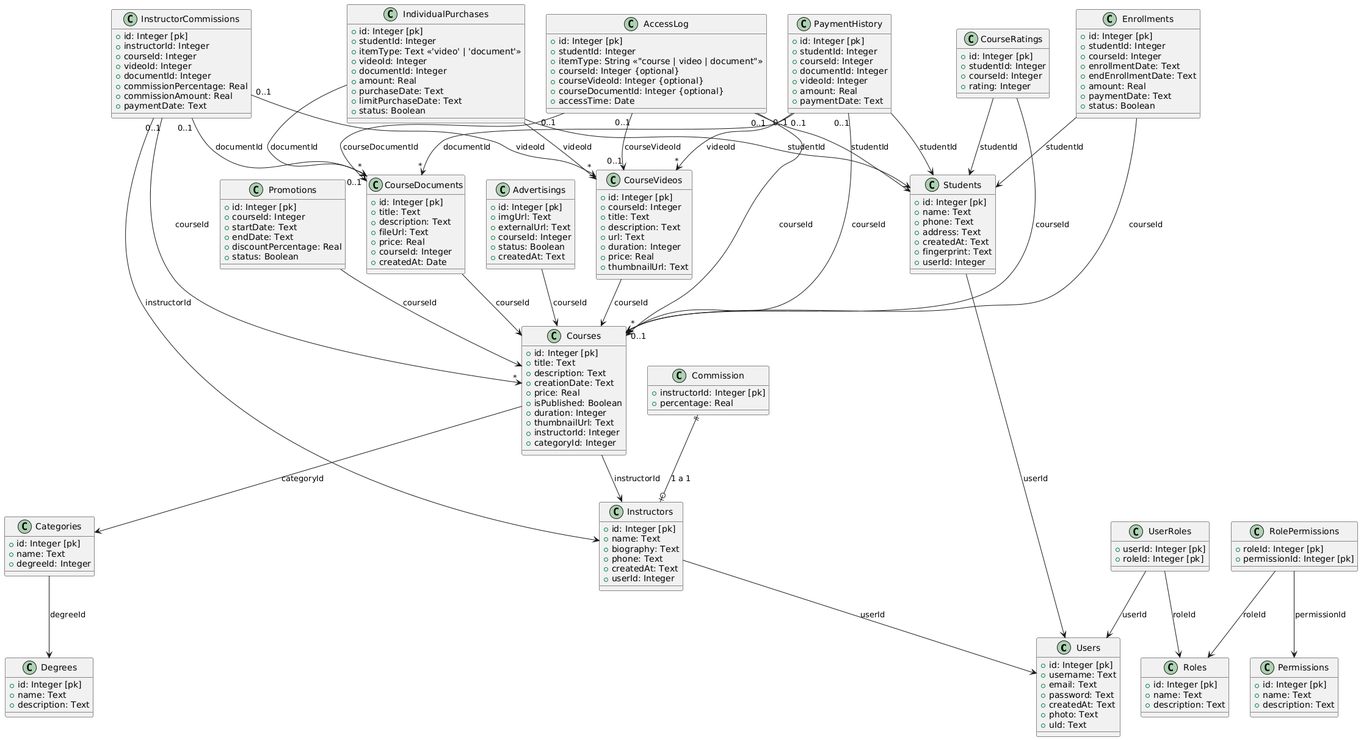
inprosur/inprosur_api keeps this PlantUML diagram as db_classes/inprosur_clases.png. Above is the earlier version.
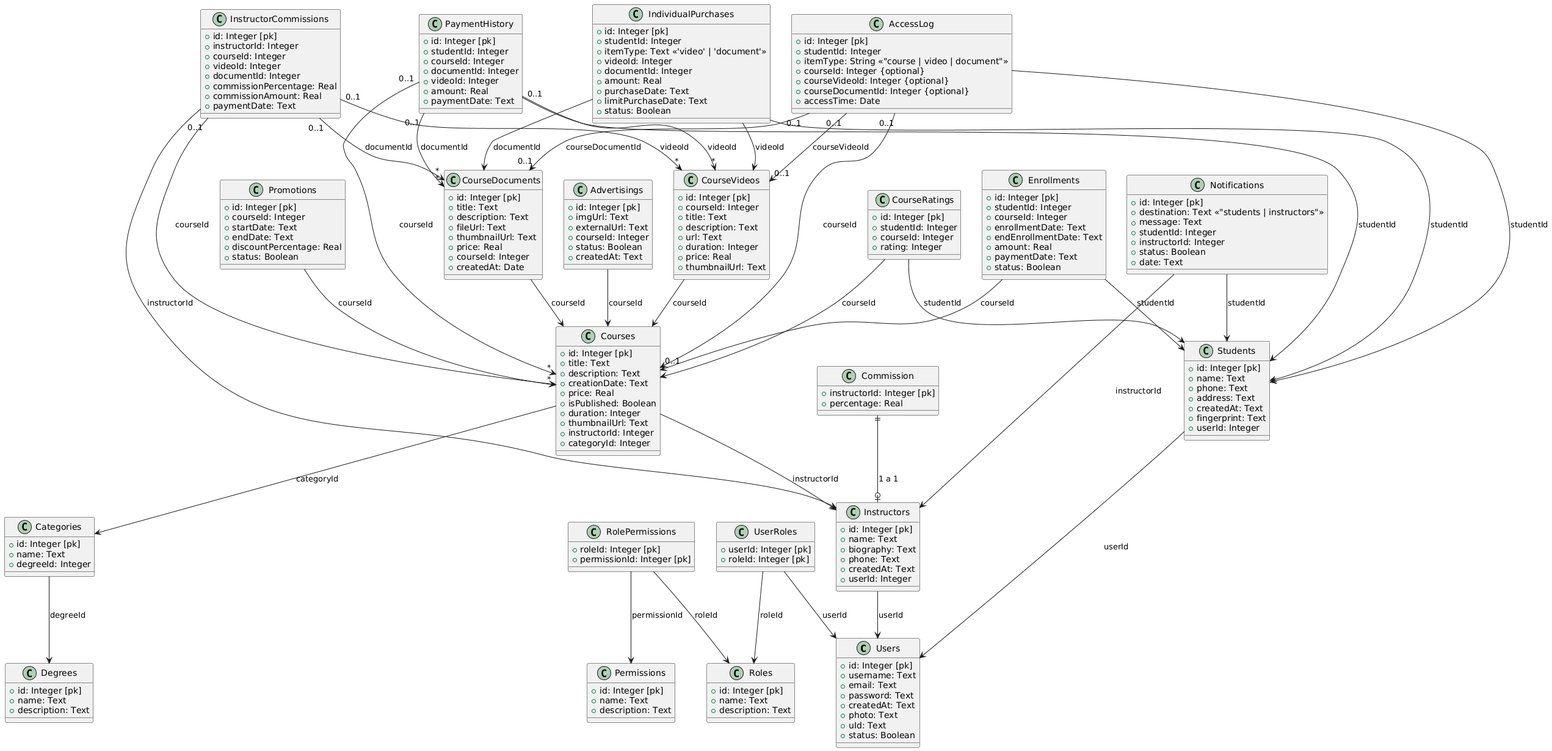
After the commit.

Commit message:
fix(userController): correct typo in error message for missing fields fix(User): make photo property optional in User interface

The edit, as a diff of the source:
```diff
@@ -7,6 +7,7 @@
   + createdAt: Text
   + photo: Text
   + uId: Text
+  + status: Boolean
 }
 
 class Roles {
@@ -186,6 +187,7 @@
   + title: Text
   + description: Text
   + fileUrl: Text
+  + thumbnailUrl: Text
   + price: Real
   + courseId: Integer
   + createdAt: Date
@@ -230,4 +232,17 @@
 IndividualPurchases --> Students : studentId
 IndividualPurchases --> CourseVideos : videoId
 IndividualPurchases --> CourseDocuments : documentId
+
+class Notifications {
+  + id: Integer [pk]
+  + destination: Text <<"students | instructors">>
+  + message: Text
+  + studentId: Integer
+  + instructorId: Integer
+  + status: Boolean
+  + date: Text
+}
+
+Notifications --> Students : studentId
+Notifications --> Instructors : instructorId
 @enduml
```
